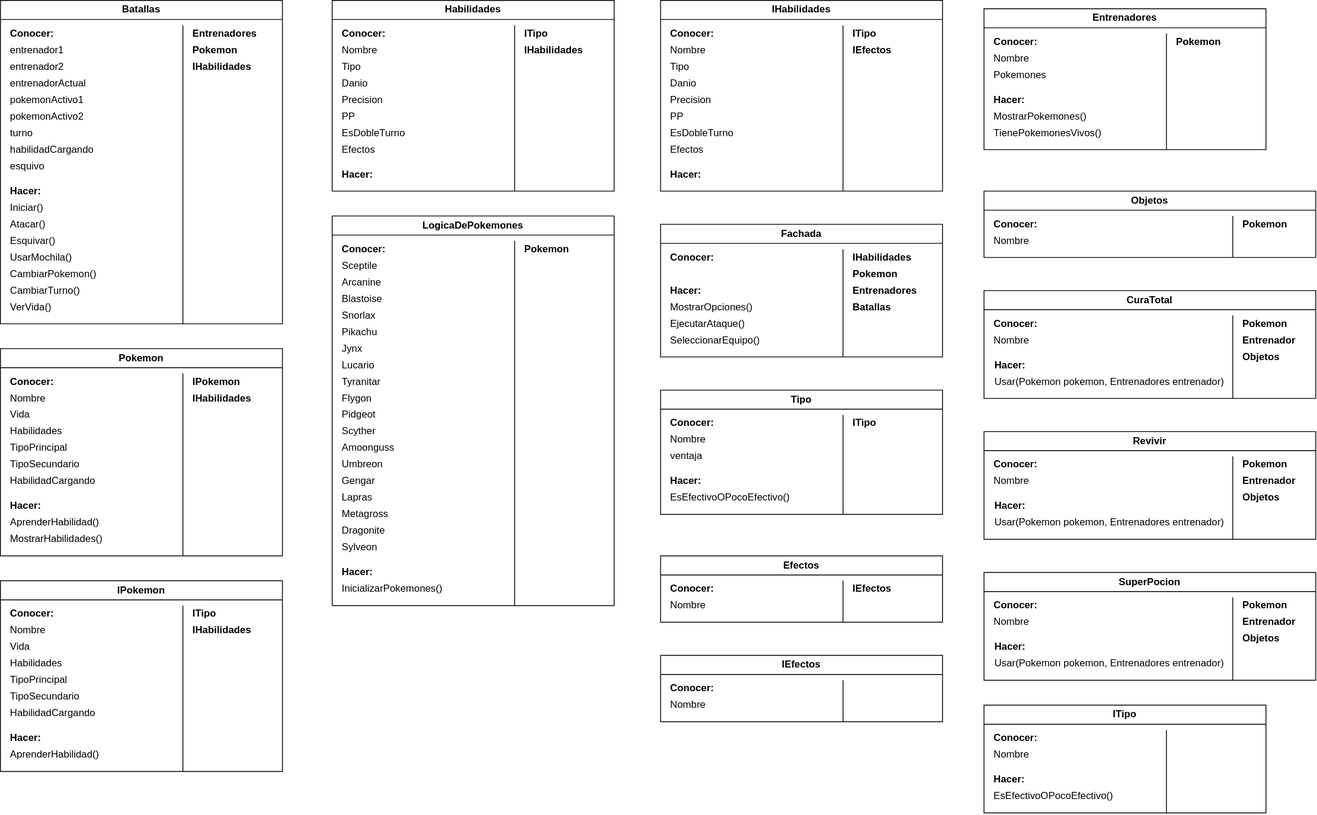
ucudal/pii_2024_2_equipo8 keeps this draw.io diagram as Proyecto_Pokemon/docs/Tarjetas CRC - Pokemon.svg. Above is the earlier version. Source tidied: cells renumbered, new cells last; positions are measured from the earlier drawing's top-left corner, leaving out a move shared by most shapes.
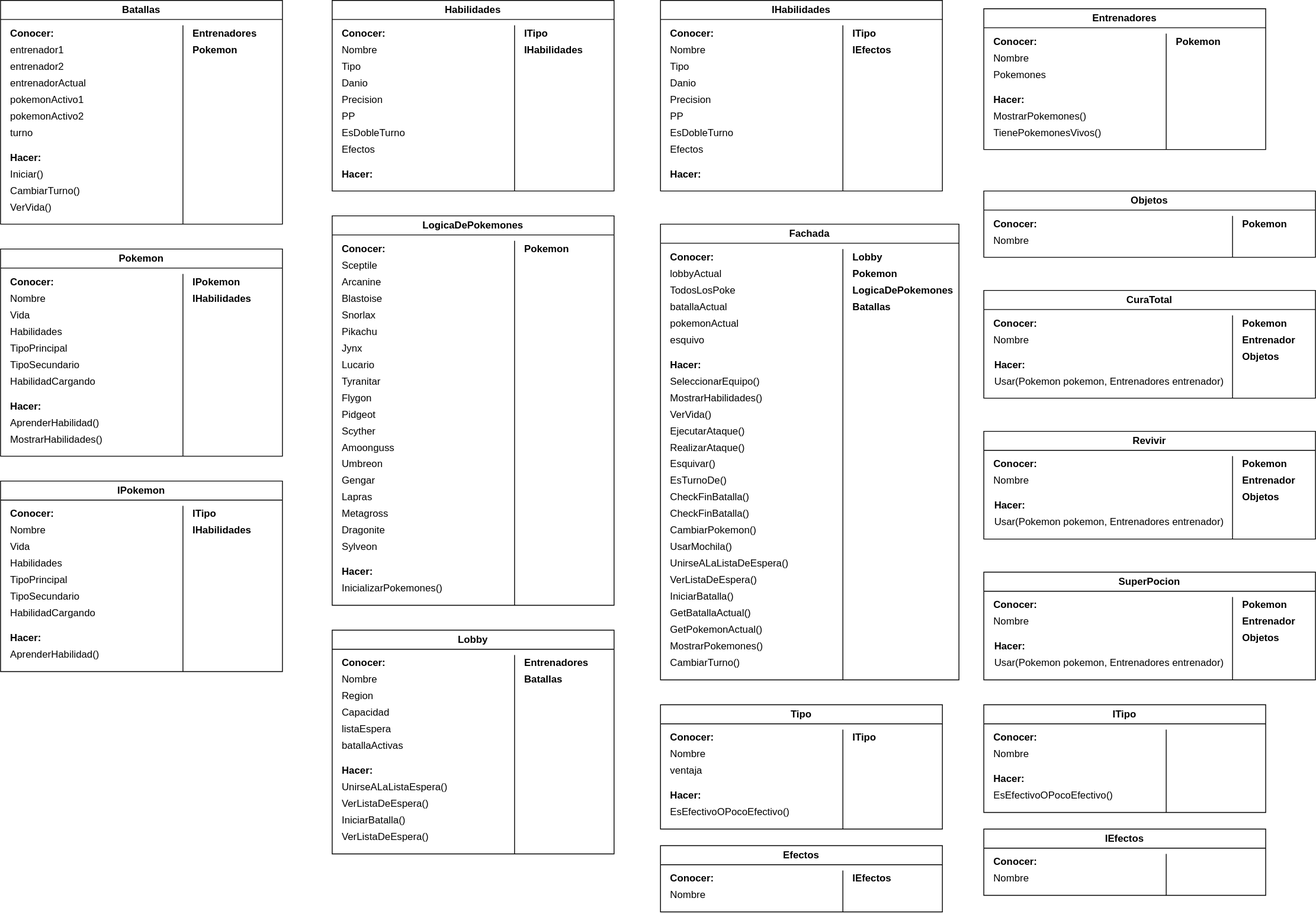
Later version of the same file.

Commit message:
Diagrama de clases y tarjetas crc

What changed in the source:
```diff
@@ -3,11 +3,11 @@
     <mxCell id="0" />
     <mxCell id="1" parent="0" />
     <mxCell id="2" value="Batallas" style="swimlane;whiteSpace=wrap;html=1;" parent="1" vertex="1">
-      <mxGeometry width="340" height="390" as="geometry" />
+      <mxGeometry width="340" height="270" as="geometry" />
     </mxCell>
     <mxCell id="3" style="endArrow=none;html=1;rounded=0;" parent="2" edge="1">
       <mxGeometry relative="1" as="geometry">
-        <mxPoint x="220" y="390" as="sourcePoint" />
+        <mxPoint x="220" y="270" as="sourcePoint" />
         <mxPoint x="220" y="30" as="targetPoint" />
       </mxGeometry>
     </mxCell>
@@ -15,7 +15,7 @@
       <mxGeometry x="10" y="30" width="50" height="20" as="geometry" />
     </mxCell>
     <mxCell id="5" value="&lt;b&gt;Hacer:&lt;/b&gt;" style="text;html=1;align=left;verticalAlign=middle;whiteSpace=wrap;rounded=0;" parent="2" vertex="1">
-      <mxGeometry x="10" y="220" width="50" height="20" as="geometry" />
+      <mxGeometry x="10" y="180" width="50" height="20" as="geometry" />
     </mxCell>
     <mxCell id="6" value="entrenador1" style="text;html=1;align=left;verticalAlign=middle;whiteSpace=wrap;rounded=0;" parent="2" vertex="1">
       <mxGeometry x="10" y="50" width="50" height="20" as="geometry" />
@@ -35,26 +35,11 @@
     <mxCell id="11" value="turno" style="text;html=1;align=left;verticalAlign=middle;whiteSpace=wrap;rounded=0;" parent="2" vertex="1">
       <mxGeometry x="10" y="150" width="50" height="20" as="geometry" />
     </mxCell>
-    <mxCell id="12" value="habilidadCargando" style="text;html=1;align=left;verticalAlign=middle;whiteSpace=wrap;rounded=0;" parent="2" vertex="1">
-      <mxGeometry x="10" y="170" width="50" height="20" as="geometry" />
-    </mxCell>
-    <mxCell id="13" value="esquivo" style="text;html=1;align=left;verticalAlign=middle;whiteSpace=wrap;rounded=0;" parent="2" vertex="1">
-      <mxGeometry x="10" y="190" width="50" height="20" as="geometry" />
-    </mxCell>
     <mxCell id="14" value="Iniciar()" style="text;html=1;align=left;verticalAlign=middle;whiteSpace=wrap;rounded=0;" parent="2" vertex="1">
-      <mxGeometry x="10" y="240" width="50" height="20" as="geometry" />
+      <mxGeometry x="10" y="200" width="50" height="20" as="geometry" />
     </mxCell>
-    <mxCell id="15" value="Atacar()" style="text;html=1;align=left;verticalAlign=middle;whiteSpace=wrap;rounded=0;" parent="2" vertex="1">
-      <mxGeometry x="10" y="260" width="50" height="20" as="geometry" />
-    </mxCell>
-    <mxCell id="16" value="Esquivar()" style="text;html=1;align=left;verticalAlign=middle;whiteSpace=wrap;rounded=0;" parent="2" vertex="1">
-      <mxGeometry x="10" y="280" width="50" height="20" as="geometry" />
-    </mxCell>
-    <mxCell id="17" value="CambiarPokemon()" style="text;html=1;align=left;verticalAlign=middle;whiteSpace=wrap;rounded=0;" parent="2" vertex="1">
-      <mxGeometry x="10" y="320" width="50" height="20" as="geometry" />
-    </mxCell>
     <mxCell id="18" value="CambiarTurno()" style="text;html=1;align=left;verticalAlign=middle;whiteSpace=wrap;rounded=0;" parent="2" vertex="1">
-      <mxGeometry x="10" y="340" width="50" height="20" as="geometry" />
+      <mxGeometry x="10" y="220" width="50" height="20" as="geometry" />
     </mxCell>
     <mxCell id="19" value="Entrenadores" style="text;html=1;align=left;verticalAlign=middle;whiteSpace=wrap;rounded=0;fontStyle=1;" parent="2" vertex="1">
       <mxGeometry x="230" y="30" width="50" height="20" as="geometry" />
@@ -62,14 +47,8 @@
     <mxCell id="20" value="Pokemon" style="text;html=1;align=left;verticalAlign=middle;whiteSpace=wrap;rounded=0;fontStyle=1;" parent="2" vertex="1">
       <mxGeometry x="230" y="50" width="50" height="20" as="geometry" />
     </mxCell>
-    <mxCell id="21" value="IHabilidades" style="text;html=1;align=left;verticalAlign=middle;whiteSpace=wrap;rounded=0;fontStyle=1;" parent="2" vertex="1">
-      <mxGeometry x="230" y="70" width="50" height="20" as="geometry" />
-    </mxCell>
-    <mxCell id="22" value="UsarMochila()" style="text;html=1;align=left;verticalAlign=middle;whiteSpace=wrap;rounded=0;" parent="2" vertex="1">
-      <mxGeometry x="10" y="300" width="50" height="20" as="geometry" />
-    </mxCell>
     <mxCell id="23" value="VerVida()" style="text;html=1;align=left;verticalAlign=middle;whiteSpace=wrap;rounded=0;" parent="2" vertex="1">
-      <mxGeometry x="10" y="360" width="50" height="20" as="geometry" />
+      <mxGeometry x="10" y="240" width="50" height="20" as="geometry" />
     </mxCell>
     <mxCell id="24" value="Habilidades" style="swimlane;whiteSpace=wrap;html=1;" parent="1" vertex="1">
       <mxGeometry x="400" width="340" height="230" as="geometry" />
@@ -144,41 +123,101 @@
       <mxGeometry x="10" y="140" width="50" height="20" as="geometry" />
     </mxCell>
     <mxCell id="46" value="Fachada" style="swimlane;whiteSpace=wrap;html=1;" parent="1" vertex="1">
-      <mxGeometry x="796" y="270" width="340" height="160" as="geometry" />
+      <mxGeometry x="796" y="270" width="360" height="550" as="geometry" />
     </mxCell>
     <mxCell id="47" style="endArrow=none;html=1;rounded=0;" parent="46" edge="1">
       <mxGeometry relative="1" as="geometry">
-        <mxPoint x="220" y="160" as="sourcePoint" />
+        <mxPoint x="220" y="550" as="sourcePoint" />
         <mxPoint x="220" y="30" as="targetPoint" />
       </mxGeometry>
     </mxCell>
     <mxCell id="48" value="&lt;b&gt;Conocer:&lt;/b&gt;" style="text;html=1;align=left;verticalAlign=middle;whiteSpace=wrap;rounded=0;" parent="46" vertex="1">
       <mxGeometry x="10" y="30" width="50" height="20" as="geometry" />
     </mxCell>
-    <mxCell id="49" value="IHabilidades" style="text;html=1;align=left;verticalAlign=middle;whiteSpace=wrap;rounded=0;fontStyle=1;" parent="46" vertex="1">
+    <mxCell id="49" value="Lobby" style="text;html=1;align=left;verticalAlign=middle;whiteSpace=wrap;rounded=0;fontStyle=1;" parent="46" vertex="1">
       <mxGeometry x="230" y="30" width="50" height="20" as="geometry" />
     </mxCell>
     <mxCell id="50" value="&lt;b&gt;Hacer:&lt;/b&gt;" style="text;html=1;align=left;verticalAlign=middle;whiteSpace=wrap;rounded=0;" parent="46" vertex="1">
-      <mxGeometry x="10" y="70" width="50" height="20" as="geometry" />
+      <mxGeometry x="10" y="160" width="50" height="20" as="geometry" />
     </mxCell>
-    <mxCell id="51" value="MostrarOpciones()" style="text;html=1;align=left;verticalAlign=middle;whiteSpace=wrap;rounded=0;" parent="46" vertex="1">
-      <mxGeometry x="10" y="90" width="50" height="20" as="geometry" />
+    <mxCell id="51" value="VerVida()" style="text;html=1;align=left;verticalAlign=middle;whiteSpace=wrap;rounded=0;" parent="46" vertex="1">
+      <mxGeometry x="10" y="220" width="50" height="20" as="geometry" />
     </mxCell>
     <mxCell id="52" value="EjecutarAtaque()" style="text;html=1;align=left;verticalAlign=middle;whiteSpace=wrap;rounded=0;" parent="46" vertex="1">
-      <mxGeometry x="10" y="110" width="50" height="20" as="geometry" />
+      <mxGeometry x="10" y="240" width="50" height="20" as="geometry" />
     </mxCell>
-    <mxCell id="53" value="SeleccionarEquipo()" style="text;html=1;align=left;verticalAlign=middle;whiteSpace=wrap;rounded=0;" parent="46" vertex="1">
-      <mxGeometry x="10" y="130" width="50" height="20" as="geometry" />
+    <mxCell id="53" value="Esquivar()" style="text;html=1;align=left;verticalAlign=middle;whiteSpace=wrap;rounded=0;" parent="46" vertex="1">
+      <mxGeometry x="10" y="280" width="50" height="20" as="geometry" />
     </mxCell>
     <mxCell id="54" value="Pokemon" style="text;html=1;align=left;verticalAlign=middle;whiteSpace=wrap;rounded=0;fontStyle=1;" parent="46" vertex="1">
       <mxGeometry x="230" y="50" width="50" height="20" as="geometry" />
     </mxCell>
-    <mxCell id="55" value="Entrenadores" style="text;html=1;align=left;verticalAlign=middle;whiteSpace=wrap;rounded=0;fontStyle=1;" parent="46" vertex="1">
+    <mxCell id="55" value="LogicaDePokemones" style="text;html=1;align=left;verticalAlign=middle;whiteSpace=wrap;rounded=0;fontStyle=1;" parent="46" vertex="1">
       <mxGeometry x="230" y="70" width="50" height="20" as="geometry" />
     </mxCell>
     <mxCell id="56" value="Batallas" style="text;html=1;align=left;verticalAlign=middle;whiteSpace=wrap;rounded=0;fontStyle=1;" parent="46" vertex="1">
       <mxGeometry x="230" y="90" width="50" height="20" as="geometry" />
     </mxCell>
+    <mxCell id="176" value="lobbyActual" style="text;html=1;align=left;verticalAlign=middle;whiteSpace=wrap;rounded=0;" parent="46" vertex="1">
+      <mxGeometry x="10" y="50" width="50" height="20" as="geometry" />
+    </mxCell>
+    <mxCell id="177" value="TodosLosPoke" style="text;html=1;align=left;verticalAlign=middle;whiteSpace=wrap;rounded=0;" parent="46" vertex="1">
+      <mxGeometry x="10" y="70" width="50" height="20" as="geometry" />
+    </mxCell>
+    <mxCell id="178" value="batallaActual" style="text;html=1;align=left;verticalAlign=middle;whiteSpace=wrap;rounded=0;" parent="46" vertex="1">
+      <mxGeometry x="10" y="90" width="50" height="20" as="geometry" />
+    </mxCell>
+    <mxCell id="179" value="pokemonActual" style="text;html=1;align=left;verticalAlign=middle;whiteSpace=wrap;rounded=0;" parent="46" vertex="1">
+      <mxGeometry x="10" y="110" width="50" height="20" as="geometry" />
+    </mxCell>
+    <mxCell id="13" value="esquivo" style="text;html=1;align=left;verticalAlign=middle;whiteSpace=wrap;rounded=0;" parent="46" vertex="1">
+      <mxGeometry x="10" y="130" width="50" height="20" as="geometry" />
+    </mxCell>
+    <mxCell id="180" value="SeleccionarEquipo()" style="text;html=1;align=left;verticalAlign=middle;whiteSpace=wrap;rounded=0;" parent="46" vertex="1">
+      <mxGeometry x="10" y="180" width="50" height="20" as="geometry" />
+    </mxCell>
+    <mxCell id="181" value="MostrarHabilidades()" style="text;html=1;align=left;verticalAlign=middle;whiteSpace=wrap;rounded=0;" parent="46" vertex="1">
+      <mxGeometry x="10" y="200" width="50" height="20" as="geometry" />
+    </mxCell>
+    <mxCell id="182" value="RealizarAtaque()" style="text;html=1;align=left;verticalAlign=middle;whiteSpace=wrap;rounded=0;" parent="46" vertex="1">
+      <mxGeometry x="10" y="260" width="50" height="20" as="geometry" />
+    </mxCell>
+    <mxCell id="183" value="EsTurnoDe()" style="text;html=1;align=left;verticalAlign=middle;whiteSpace=wrap;rounded=0;" parent="46" vertex="1">
+      <mxGeometry x="10" y="300" width="50" height="20" as="geometry" />
+    </mxCell>
+    <mxCell id="184" value="CheckFinBatalla()" style="text;html=1;align=left;verticalAlign=middle;whiteSpace=wrap;rounded=0;" parent="46" vertex="1">
+      <mxGeometry x="10" y="320" width="50" height="20" as="geometry" />
+    </mxCell>
+    <mxCell id="185" value="CheckFinBatalla()" style="text;html=1;align=left;verticalAlign=middle;whiteSpace=wrap;rounded=0;" parent="46" vertex="1">
+      <mxGeometry x="10" y="340" width="50" height="20" as="geometry" />
+    </mxCell>
+    <mxCell id="17" value="CambiarPokemon()" style="text;html=1;align=left;verticalAlign=middle;whiteSpace=wrap;rounded=0;" parent="46" vertex="1">
+      <mxGeometry x="10" y="360" width="50" height="20" as="geometry" />
+    </mxCell>
+    <mxCell id="22" value="UsarMochila()" style="text;html=1;align=left;verticalAlign=middle;whiteSpace=wrap;rounded=0;" parent="46" vertex="1">
+      <mxGeometry x="10" y="380" width="50" height="20" as="geometry" />
+    </mxCell>
+    <mxCell id="186" value="UnirseALaListaDeEspera()" style="text;html=1;align=left;verticalAlign=middle;whiteSpace=wrap;rounded=0;" parent="46" vertex="1">
+      <mxGeometry x="10" y="400" width="50" height="20" as="geometry" />
+    </mxCell>
+    <mxCell id="187" value="VerListaDeEspera()" style="text;html=1;align=left;verticalAlign=middle;whiteSpace=wrap;rounded=0;" parent="46" vertex="1">
+      <mxGeometry x="10" y="420" width="50" height="20" as="geometry" />
+    </mxCell>
+    <mxCell id="188" value="IniciarBatalla()" style="text;html=1;align=left;verticalAlign=middle;whiteSpace=wrap;rounded=0;" parent="46" vertex="1">
+      <mxGeometry x="10" y="440" width="50" height="20" as="geometry" />
+    </mxCell>
+    <mxCell id="189" value="GetBatallaActual()" style="text;html=1;align=left;verticalAlign=middle;whiteSpace=wrap;rounded=0;" parent="46" vertex="1">
+      <mxGeometry x="10" y="460" width="50" height="20" as="geometry" />
+    </mxCell>
+    <mxCell id="190" value="GetPokemonActual()" style="text;html=1;align=left;verticalAlign=middle;whiteSpace=wrap;rounded=0;" parent="46" vertex="1">
+      <mxGeometry x="10" y="480" width="50" height="20" as="geometry" />
+    </mxCell>
+    <mxCell id="191" value="MostrarPokemones()" style="text;html=1;align=left;verticalAlign=middle;whiteSpace=wrap;rounded=0;" parent="46" vertex="1">
+      <mxGeometry x="10" y="500" width="50" height="20" as="geometry" />
+    </mxCell>
+    <mxCell id="192" value="CambiarTurno()" style="text;html=1;align=left;verticalAlign=middle;whiteSpace=wrap;rounded=0;" parent="46" vertex="1">
+      <mxGeometry x="10" y="520" width="50" height="20" as="geometry" />
+    </mxCell>
     <mxCell id="57" value="LogicaDePokemones" style="swimlane;whiteSpace=wrap;html=1;startSize=23;" parent="1" vertex="1">
       <mxGeometry x="400" y="260" width="340" height="470" as="geometry" />
     </mxCell>
@@ -255,7 +294,7 @@
       <mxGeometry x="9.8" y="370" width="50" height="20" as="geometry" />
     </mxCell>
     <mxCell id="81" value="Tipo" style="swimlane;whiteSpace=wrap;html=1;" parent="1" vertex="1">
-      <mxGeometry x="796" y="470" width="340" height="150" as="geometry" />
+      <mxGeometry x="796" y="850" width="340" height="150" as="geometry" />
     </mxCell>
     <mxCell id="82" style="endArrow=none;html=1;rounded=0;" parent="81" edge="1">
       <mxGeometry relative="1" as="geometry">
@@ -282,7 +321,7 @@
       <mxGeometry x="10" y="120" width="50" height="20" as="geometry" />
     </mxCell>
     <mxCell id="89" value="Pokemon" style="swimlane;whiteSpace=wrap;html=1;" parent="1" vertex="1">
-      <mxGeometry y="420" width="340" height="250" as="geometry" />
+      <mxGeometry y="300" width="340" height="250" as="geometry" />
     </mxCell>
     <mxCell id="90" style="endArrow=none;html=1;rounded=0;" parent="89" edge="1">
       <mxGeometry relative="1" as="geometry">
@@ -390,7 +429,7 @@
       <mxGeometry x="10" y="100" width="50" height="20" as="geometry" />
     </mxCell>
     <mxCell id="122" value="IPokemon" style="swimlane;whiteSpace=wrap;html=1;" parent="1" vertex="1">
-      <mxGeometry y="700" width="340" height="230" as="geometry" />
+      <mxGeometry y="580" width="340" height="230" as="geometry" />
     </mxCell>
     <mxCell id="123" style="endArrow=none;html=1;rounded=0;" parent="122" edge="1">
       <mxGeometry relative="1" as="geometry">
@@ -432,7 +471,7 @@
       <mxGeometry x="230" y="50" width="50" height="20" as="geometry" />
     </mxCell>
     <mxCell id="135" value="Efectos" style="swimlane;whiteSpace=wrap;html=1;" parent="1" vertex="1">
-      <mxGeometry x="796" y="670" width="340" height="80" as="geometry" />
+      <mxGeometry x="796" y="1020" width="340" height="80" as="geometry" />
     </mxCell>
     <mxCell id="136" style="endArrow=none;html=1;rounded=0;" parent="135" edge="1">
       <mxGeometry relative="1" as="geometry">
@@ -450,7 +489,7 @@
       <mxGeometry x="230" y="30" width="50" height="20" as="geometry" />
     </mxCell>
     <mxCell id="140" value="IEfectos" style="swimlane;whiteSpace=wrap;html=1;" parent="1" vertex="1">
-      <mxGeometry x="796" y="790" width="340" height="80" as="geometry" />
+      <mxGeometry x="1186" y="1000" width="340" height="80" as="geometry" />
     </mxCell>
     <mxCell id="141" style="endArrow=none;html=1;rounded=0;" parent="140" edge="1">
       <mxGeometry relative="1" as="geometry">
@@ -572,5 +611,53 @@
     <mxCell id="175" value="Entrenador" style="text;html=1;align=left;verticalAlign=middle;whiteSpace=wrap;rounded=0;fontStyle=1;" parent="167" vertex="1">
       <mxGeometry x="310" y="50" width="50" height="20" as="geometry" />
     </mxCell>
+    <mxCell id="193" value="Lobby" style="swimlane;whiteSpace=wrap;html=1;" parent="1" vertex="1">
+      <mxGeometry x="400" y="760" width="340" height="270" as="geometry" />
+    </mxCell>
+    <mxCell id="194" style="endArrow=none;html=1;rounded=0;" parent="193" edge="1">
+      <mxGeometry relative="1" as="geometry">
+        <mxPoint x="220" y="270" as="sourcePoint" />
+        <mxPoint x="220" y="30" as="targetPoint" />
+      </mxGeometry>
+    </mxCell>
+    <mxCell id="195" value="&lt;b&gt;Conocer:&lt;/b&gt;" style="text;html=1;align=left;verticalAlign=middle;whiteSpace=wrap;rounded=0;" parent="193" vertex="1">
+      <mxGeometry x="10" y="30" width="50" height="20" as="geometry" />
+    </mxCell>
+    <mxCell id="196" value="&lt;b&gt;Hacer:&lt;/b&gt;" style="text;html=1;align=left;verticalAlign=middle;whiteSpace=wrap;rounded=0;" parent="193" vertex="1">
+      <mxGeometry x="10" y="160" width="50" height="20" as="geometry" />
+    </mxCell>
+    <mxCell id="197" value="Nombre" style="text;html=1;align=left;verticalAlign=middle;whiteSpace=wrap;rounded=0;" parent="193" vertex="1">
+      <mxGeometry x="10" y="50" width="50" height="20" as="geometry" />
+    </mxCell>
+    <mxCell id="198" value="Region" style="text;html=1;align=left;verticalAlign=middle;whiteSpace=wrap;rounded=0;" parent="193" vertex="1">
+      <mxGeometry x="10" y="70" width="50" height="20" as="geometry" />
+    </mxCell>
+    <mxCell id="199" value="Capacidad" style="text;html=1;align=left;verticalAlign=middle;whiteSpace=wrap;rounded=0;" parent="193" vertex="1">
+      <mxGeometry x="10" y="90" width="50" height="20" as="geometry" />
+    </mxCell>
+    <mxCell id="200" value="listaEspera" style="text;html=1;align=left;verticalAlign=middle;whiteSpace=wrap;rounded=0;" parent="193" vertex="1">
+      <mxGeometry x="10" y="110" width="50" height="20" as="geometry" />
+    </mxCell>
+    <mxCell id="201" value="batallaActivas" style="text;html=1;align=left;verticalAlign=middle;whiteSpace=wrap;rounded=0;" parent="193" vertex="1">
+      <mxGeometry x="10" y="130" width="50" height="20" as="geometry" />
+    </mxCell>
+    <mxCell id="202" value="UnirseALaListaEspera()" style="text;html=1;align=left;verticalAlign=middle;whiteSpace=wrap;rounded=0;" parent="193" vertex="1">
+      <mxGeometry x="10" y="180" width="50" height="20" as="geometry" />
+    </mxCell>
+    <mxCell id="203" value="Entrenadores" style="text;html=1;align=left;verticalAlign=middle;whiteSpace=wrap;rounded=0;fontStyle=1;" parent="193" vertex="1">
+      <mxGeometry x="230" y="30" width="50" height="20" as="geometry" />
+    </mxCell>
+    <mxCell id="204" value="Batallas" style="text;html=1;align=left;verticalAlign=middle;whiteSpace=wrap;rounded=0;fontStyle=1;" parent="193" vertex="1">
+      <mxGeometry x="230" y="50" width="50" height="20" as="geometry" />
+    </mxCell>
+    <mxCell id="205" value="VerListaDeEspera()" style="text;html=1;align=left;verticalAlign=middle;whiteSpace=wrap;rounded=0;" parent="193" vertex="1">
+      <mxGeometry x="10" y="200" width="50" height="20" as="geometry" />
+    </mxCell>
+    <mxCell id="206" value="IniciarBatalla()" style="text;html=1;align=left;verticalAlign=middle;whiteSpace=wrap;rounded=0;" parent="193" vertex="1">
+      <mxGeometry x="10" y="220" width="50" height="20" as="geometry" />
+    </mxCell>
+    <mxCell id="207" value="VerListaDeEspera()" style="text;html=1;align=left;verticalAlign=middle;whiteSpace=wrap;rounded=0;" parent="193" vertex="1">
+      <mxGeometry x="10" y="240" width="50" height="20" as="geometry" />
+    </mxCell>
   </root>
 </mxGraphModel>
```
